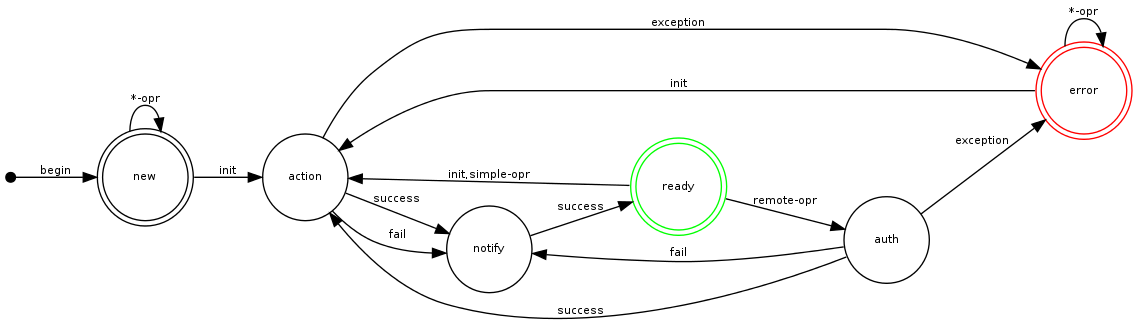
Before: docs/fog-operations.png, a diagram exported from Graphviz (sudohippie/fog). Its source is kept beside it as docs/fog-operations.dot.
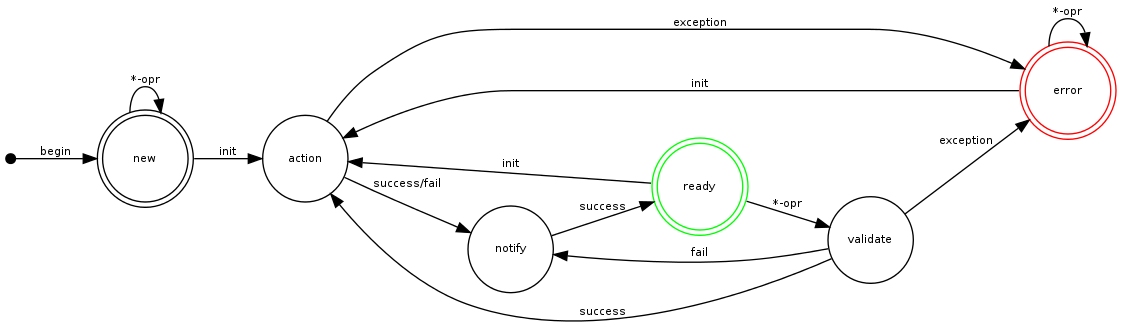
Above is the later version.

Commit message:
#7: Renamed auth to more generaric name validate. Removed some un-necessary edges.

Diff of the diagram source:
```diff
@@ -8,21 +8,20 @@
 	action;
 	error [ shape=doublecircle, color=red ];
 	ready [ shape=doublecircle, color=green ];
-	auth;
+	validate;
 	notify;
 
 	start -> new  [ label = "begin" ];
 	new -> new [ label = "*-opr" ];
 	new -> action [ label = "init" ];
-	action -> notify [ label = "success" ];
-	action -> notify [ label = "fail" ];
+	action -> notify [ label = "success/fail" ];
 	action -> error [ label = "exception" ];
 	error -> error [ label = "*-opr" ];
 	error -> action [ label="init" ];
-	auth -> action [ label = "success" ];
-	auth -> error [ label = "exception" ];
-	auth -> notify [ label = "fail" ];
-	ready -> auth [ label = "remote-opr" ];
-	ready -> action [ label = "init,simple-opr" ];
+	validate -> action [ label = "success" ];
+	validate -> error [ label = "exception" ];
+	validate -> notify [ label = "fail" ];
+	ready -> validate [ label = "*-opr" ];
+	ready -> action [ label = "init" ];
 	notify -> ready [ label = "success" ];
 }
```
